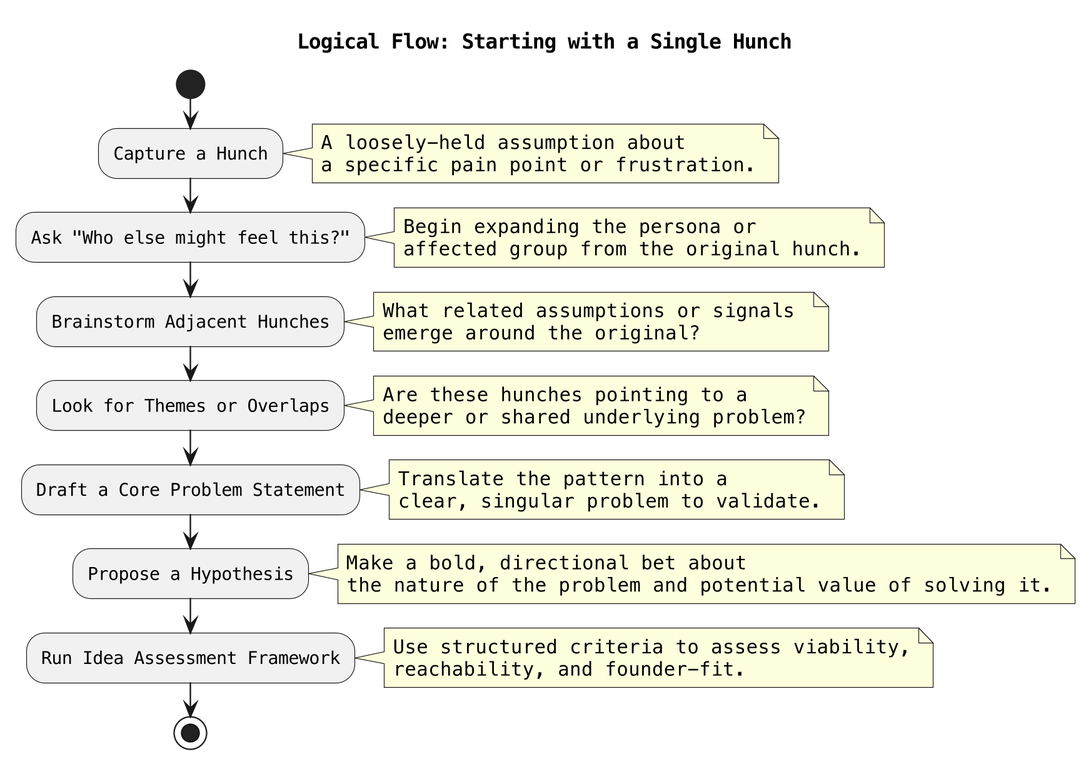
The PlantUML diagram SupportFiles/PlantUML/I have a hunch.png in dcougias/OneDayMBA, before a commit. Its source is kept beside it as SupportFiles/PlantUML/I have a hunch.plantuml.
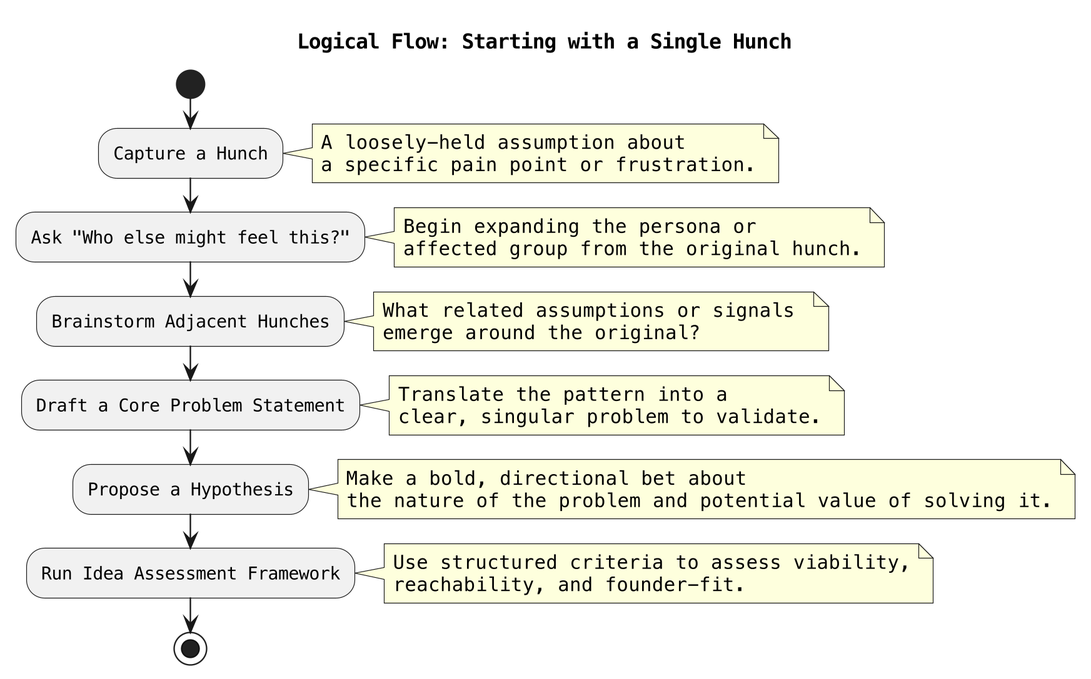
Above is the later version.

What changed in the source:
```diff
@@ -23,12 +23,6 @@
  emerge around the original?
 end note
 
-:Look for Themes or Overlaps;
-note right
- Are these hunches pointing to a
- deeper or shared underlying problem?
-end note
-
 :Draft a Core Problem Statement;
 note right
  Translate the pattern into a
```
